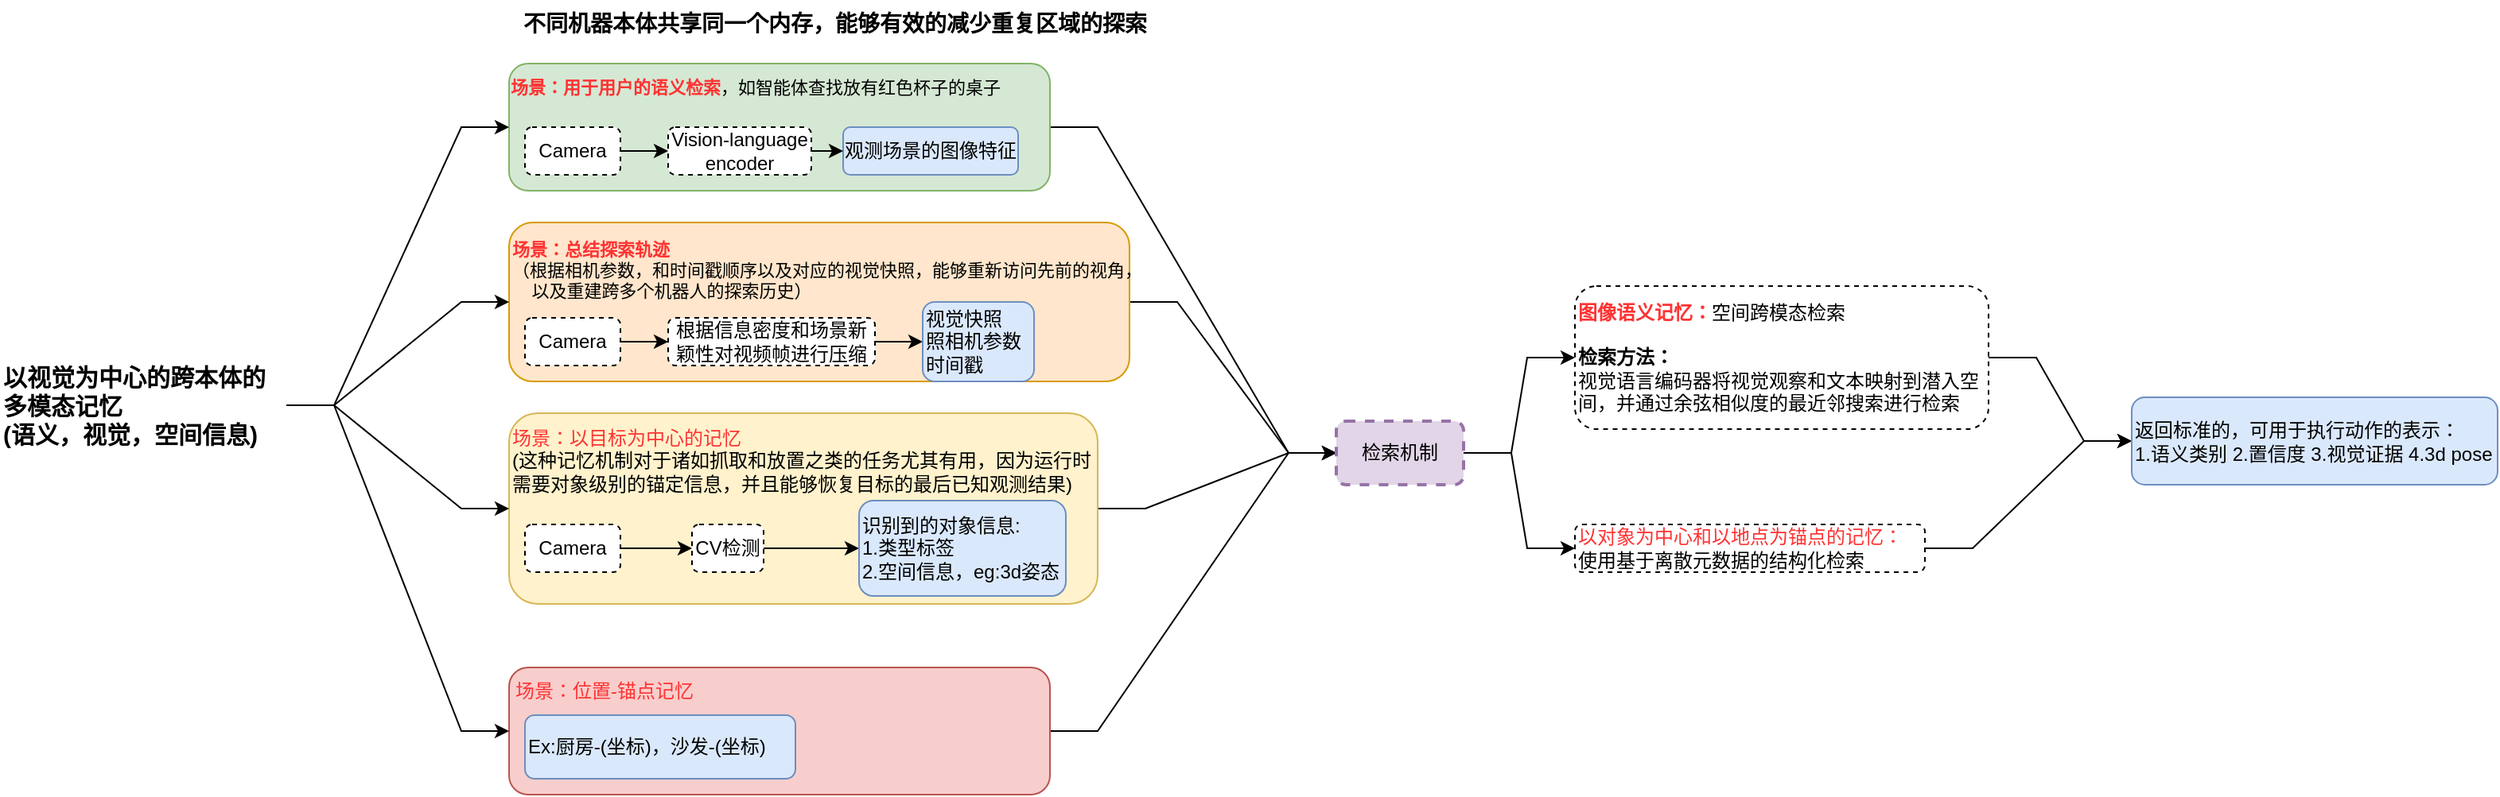
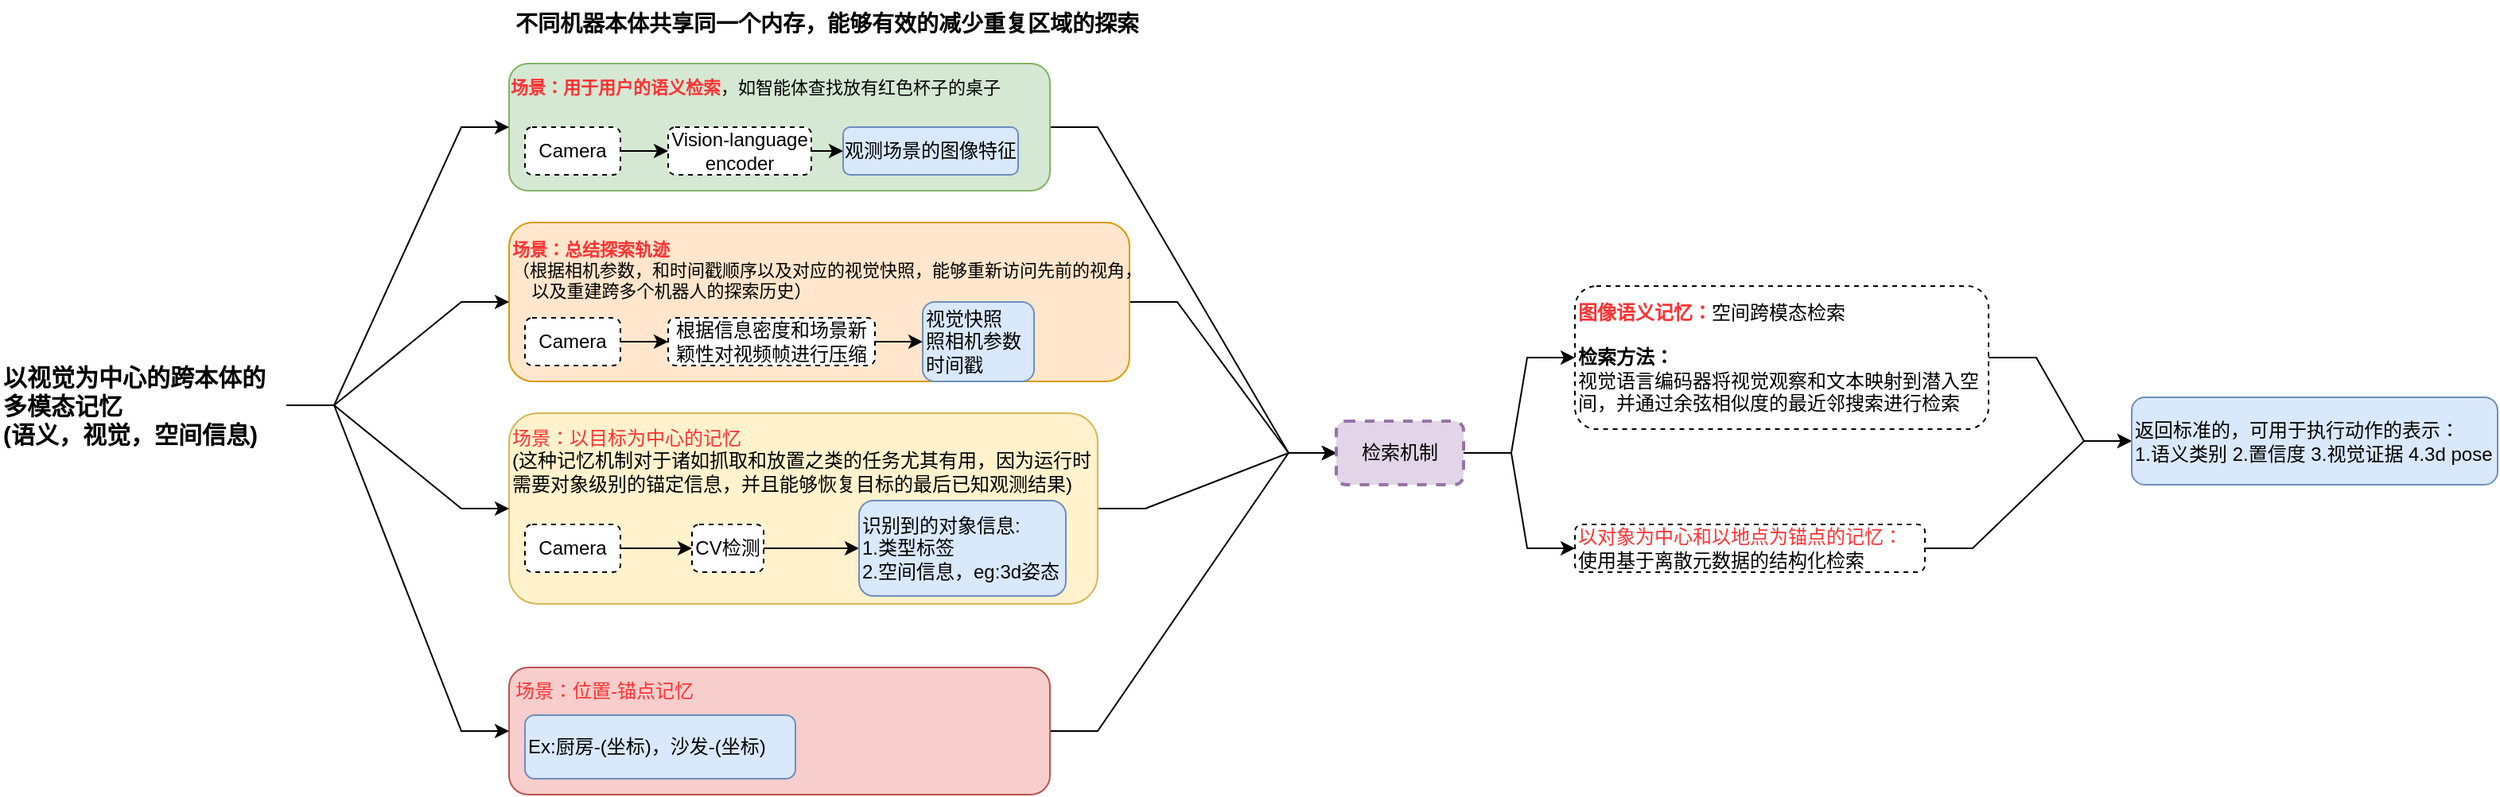
<mxfile host="app.diagrams.net">
  <diagram name="第 1 页" id="ri1UiOSOw__C7K71Jf-3">
    <mxGraphModel dx="4431" dy="613" grid="1" gridSize="10" guides="1" tooltips="1" connect="1" arrows="1" fold="1" page="1" pageScale="1" pageWidth="3300" pageHeight="2339" math="0" shadow="0">
      <root>
        <mxCell id="0" />
        <mxCell id="1" parent="0" />
        <mxCell id="8uAygAgR7DF40HWwl34I-37" edge="1" parent="1" source="8uAygAgR7DF40HWwl34I-28" style="edgeStyle=entityRelationEdgeStyle;rounded=0;orthogonalLoop=1;jettySize=auto;html=1;exitX=1;exitY=0.5;exitDx=0;exitDy=0;" target="8uAygAgR7DF40HWwl34I-33">
          <mxGeometry relative="1" as="geometry" />
        </mxCell>
        <mxCell id="8uAygAgR7DF40HWwl34I-28" parent="1" style="rounded=1;whiteSpace=wrap;html=1;fillColor=#f8cecc;strokeColor=#b85450;" value="" vertex="1">
          <mxGeometry height="80" width="340" x="200" y="440" as="geometry" />
        </mxCell>
        <mxCell id="8uAygAgR7DF40HWwl34I-36" edge="1" parent="1" source="8uAygAgR7DF40HWwl34I-24" style="edgeStyle=entityRelationEdgeStyle;rounded=0;orthogonalLoop=1;jettySize=auto;html=1;exitX=1;exitY=0.5;exitDx=0;exitDy=0;entryX=0;entryY=0.5;entryDx=0;entryDy=0;" target="8uAygAgR7DF40HWwl34I-33">
          <mxGeometry relative="1" as="geometry">
            <mxPoint x="740" y="290" as="targetPoint" />
          </mxGeometry>
        </mxCell>
        <mxCell id="8uAygAgR7DF40HWwl34I-24" parent="1" style="rounded=1;whiteSpace=wrap;html=1;fillColor=#fff2cc;strokeColor=#d6b656;" value="" vertex="1">
          <mxGeometry height="120" width="370" x="200" y="280" as="geometry" />
        </mxCell>
        <mxCell id="8uAygAgR7DF40HWwl34I-35" edge="1" parent="1" source="8uAygAgR7DF40HWwl34I-17" style="edgeStyle=entityRelationEdgeStyle;rounded=0;orthogonalLoop=1;jettySize=auto;html=1;exitX=1;exitY=0.5;exitDx=0;exitDy=0;entryX=0;entryY=0.5;entryDx=0;entryDy=0;" target="8uAygAgR7DF40HWwl34I-33">
          <mxGeometry relative="1" as="geometry" />
        </mxCell>
        <mxCell id="8uAygAgR7DF40HWwl34I-17" parent="1" style="rounded=1;whiteSpace=wrap;html=1;fillColor=#ffe6cc;strokeColor=#d79b00;" value="" vertex="1">
          <mxGeometry height="100" width="390" x="200" y="160" as="geometry" />
        </mxCell>
        <mxCell id="8uAygAgR7DF40HWwl34I-34" edge="1" parent="1" source="8uAygAgR7DF40HWwl34I-16" style="edgeStyle=entityRelationEdgeStyle;rounded=0;orthogonalLoop=1;jettySize=auto;html=1;exitX=1;exitY=0.5;exitDx=0;exitDy=0;entryX=0;entryY=0.5;entryDx=0;entryDy=0;" target="8uAygAgR7DF40HWwl34I-33">
          <mxGeometry relative="1" as="geometry" />
        </mxCell>
        <mxCell id="8uAygAgR7DF40HWwl34I-16" parent="1" style="rounded=1;whiteSpace=wrap;html=1;fillColor=#d5e8d4;strokeColor=#82b366;" value="" vertex="1">
          <mxGeometry height="80" width="340" x="200" y="60" as="geometry" />
        </mxCell>
        <mxCell id="8uAygAgR7DF40HWwl34I-29" edge="1" parent="1" source="8uAygAgR7DF40HWwl34I-1" style="edgeStyle=entityRelationEdgeStyle;rounded=0;orthogonalLoop=1;jettySize=auto;html=1;exitX=1;exitY=0.5;exitDx=0;exitDy=0;entryX=0;entryY=0.5;entryDx=0;entryDy=0;" target="8uAygAgR7DF40HWwl34I-16">
          <mxGeometry relative="1" as="geometry" />
        </mxCell>
        <mxCell id="8uAygAgR7DF40HWwl34I-30" edge="1" parent="1" source="8uAygAgR7DF40HWwl34I-1" style="edgeStyle=entityRelationEdgeStyle;rounded=0;orthogonalLoop=1;jettySize=auto;html=1;exitX=1;exitY=0.5;exitDx=0;exitDy=0;entryX=0;entryY=0.5;entryDx=0;entryDy=0;" target="8uAygAgR7DF40HWwl34I-28">
          <mxGeometry relative="1" as="geometry" />
        </mxCell>
        <mxCell id="8uAygAgR7DF40HWwl34I-31" edge="1" parent="1" source="8uAygAgR7DF40HWwl34I-1" style="edgeStyle=entityRelationEdgeStyle;rounded=0;orthogonalLoop=1;jettySize=auto;html=1;exitX=1;exitY=0.5;exitDx=0;exitDy=0;entryX=0;entryY=0.5;entryDx=0;entryDy=0;" target="8uAygAgR7DF40HWwl34I-17">
          <mxGeometry relative="1" as="geometry" />
        </mxCell>
        <mxCell id="8uAygAgR7DF40HWwl34I-32" edge="1" parent="1" source="8uAygAgR7DF40HWwl34I-1" style="edgeStyle=entityRelationEdgeStyle;rounded=0;orthogonalLoop=1;jettySize=auto;html=1;exitX=1;exitY=0.5;exitDx=0;exitDy=0;entryX=0;entryY=0.5;entryDx=0;entryDy=0;" target="8uAygAgR7DF40HWwl34I-24">
          <mxGeometry relative="1" as="geometry" />
        </mxCell>
        <mxCell id="8uAygAgR7DF40HWwl34I-1" parent="1" style="text;html=1;whiteSpace=wrap;strokeColor=none;fillColor=none;align=left;verticalAlign=middle;rounded=0;fontStyle=1;fontSize=15;" value="以视觉为中心的跨本体的多模态记忆&lt;br&gt;(语义，视觉，空间信息)" vertex="1">
          <mxGeometry height="30" width="180" x="-120" y="260" as="geometry" />
        </mxCell>
        <mxCell id="8uAygAgR7DF40HWwl34I-2" parent="1" style="rounded=1;whiteSpace=wrap;html=1;fillColor=#dae8fc;strokeColor=#6c8ebf;" value="观测场景的图像特征" vertex="1">
          <mxGeometry height="30" width="110" x="410" y="100" as="geometry" />
        </mxCell>
        <mxCell id="8uAygAgR7DF40HWwl34I-5" edge="1" parent="1" source="8uAygAgR7DF40HWwl34I-3" style="edgeStyle=orthogonalEdgeStyle;rounded=0;orthogonalLoop=1;jettySize=auto;html=1;exitX=1;exitY=0.5;exitDx=0;exitDy=0;entryX=0;entryY=0.5;entryDx=0;entryDy=0;" target="8uAygAgR7DF40HWwl34I-2">
          <mxGeometry relative="1" as="geometry" />
        </mxCell>
        <mxCell id="8uAygAgR7DF40HWwl34I-3" parent="1" style="rounded=1;whiteSpace=wrap;html=1;dashed=1;" value="Vision-language encoder" vertex="1">
          <mxGeometry height="30" width="90" x="300" y="100" as="geometry" />
        </mxCell>
        <mxCell id="8uAygAgR7DF40HWwl34I-6" edge="1" parent="1" source="8uAygAgR7DF40HWwl34I-4" style="edgeStyle=orthogonalEdgeStyle;rounded=0;orthogonalLoop=1;jettySize=auto;html=1;exitX=1;exitY=0.5;exitDx=0;exitDy=0;entryX=0;entryY=0.5;entryDx=0;entryDy=0;" target="8uAygAgR7DF40HWwl34I-3">
          <mxGeometry relative="1" as="geometry" />
        </mxCell>
        <mxCell id="8uAygAgR7DF40HWwl34I-4" parent="1" style="rounded=1;whiteSpace=wrap;html=1;dashed=1;" value="Camera" vertex="1">
          <mxGeometry height="30" width="60" x="210" y="100" as="geometry" />
        </mxCell>
        <mxCell id="8uAygAgR7DF40HWwl34I-7" parent="1" style="text;html=1;whiteSpace=wrap;strokeColor=none;fillColor=none;align=center;verticalAlign=middle;rounded=0;fontSize=11;" value="&lt;b&gt;&lt;font style=&quot;color: rgb(255, 51, 51);&quot;&gt;场景：用于用户的语义检索&lt;/font&gt;&lt;/b&gt;，如智能体查找放有红色杯子的桌子" vertex="1">
          <mxGeometry height="30" width="310" x="200" y="60" as="geometry" />
        </mxCell>
        <mxCell id="8uAygAgR7DF40HWwl34I-10" edge="1" parent="1" source="8uAygAgR7DF40HWwl34I-8" style="edgeStyle=orthogonalEdgeStyle;rounded=0;orthogonalLoop=1;jettySize=auto;html=1;" target="8uAygAgR7DF40HWwl34I-9" value="">
          <mxGeometry relative="1" as="geometry" />
        </mxCell>
        <mxCell id="8uAygAgR7DF40HWwl34I-8" parent="1" style="rounded=1;whiteSpace=wrap;html=1;dashed=1;" value="Camera" vertex="1">
          <mxGeometry height="30" width="60" x="210" y="220" as="geometry" />
        </mxCell>
        <mxCell id="8uAygAgR7DF40HWwl34I-14" edge="1" parent="1" source="8uAygAgR7DF40HWwl34I-9" style="edgeStyle=orthogonalEdgeStyle;rounded=0;orthogonalLoop=1;jettySize=auto;html=1;exitX=1;exitY=0.5;exitDx=0;exitDy=0;entryX=0;entryY=0.5;entryDx=0;entryDy=0;" target="8uAygAgR7DF40HWwl34I-13">
          <mxGeometry relative="1" as="geometry" />
        </mxCell>
        <mxCell id="8uAygAgR7DF40HWwl34I-9" parent="1" style="rounded=1;whiteSpace=wrap;html=1;dashed=1;" value="根据信息密度和场景新颖性对视频帧进行压缩" vertex="1">
          <mxGeometry height="30" width="130" x="300" y="220" as="geometry" />
        </mxCell>
        <mxCell id="8uAygAgR7DF40HWwl34I-11" parent="1" style="text;html=1;whiteSpace=wrap;strokeColor=none;fillColor=none;align=left;verticalAlign=middle;rounded=0;fontSize=11;" value="&lt;b&gt;&lt;font style=&quot;color: rgb(255, 51, 51);&quot;&gt;场景：总结探索轨迹&lt;/font&gt;&lt;/b&gt;&lt;br&gt;（根据相机参数，和时间戳顺序以及对应的视觉快照，能够重新访问先前的视角，&lt;br&gt;&amp;nbsp; &amp;nbsp; 以及重建跨多个机器人的探索历史）" vertex="1">
          <mxGeometry height="40" width="420" x="200" y="170" as="geometry" />
        </mxCell>
        <mxCell id="8uAygAgR7DF40HWwl34I-13" parent="1" style="rounded=1;whiteSpace=wrap;html=1;fillColor=#dae8fc;strokeColor=#6c8ebf;align=left;" value="视觉快照&lt;br&gt;&lt;span style=&quot;&quot;&gt;照相机参数&lt;/span&gt;&lt;div style=&quot;&quot;&gt;时间戳&lt;/div&gt;" vertex="1">
          <mxGeometry height="50" width="70" x="460" y="210" as="geometry" />
        </mxCell>
        <mxCell id="8uAygAgR7DF40HWwl34I-25" edge="1" parent="1" source="8uAygAgR7DF40HWwl34I-19" style="edgeStyle=orthogonalEdgeStyle;rounded=0;orthogonalLoop=1;jettySize=auto;html=1;exitX=1;exitY=0.5;exitDx=0;exitDy=0;entryX=0;entryY=0.5;entryDx=0;entryDy=0;" target="8uAygAgR7DF40HWwl34I-20">
          <mxGeometry relative="1" as="geometry" />
        </mxCell>
        <mxCell id="8uAygAgR7DF40HWwl34I-19" parent="1" style="rounded=1;whiteSpace=wrap;html=1;dashed=1;" value="Camera" vertex="1">
          <mxGeometry height="30" width="60" x="210" y="350" as="geometry" />
        </mxCell>
        <mxCell id="8uAygAgR7DF40HWwl34I-22" edge="1" parent="1" source="8uAygAgR7DF40HWwl34I-20" style="edgeStyle=orthogonalEdgeStyle;rounded=0;orthogonalLoop=1;jettySize=auto;html=1;" target="8uAygAgR7DF40HWwl34I-21" value="">
          <mxGeometry relative="1" as="geometry" />
        </mxCell>
        <mxCell id="8uAygAgR7DF40HWwl34I-20" parent="1" style="rounded=1;whiteSpace=wrap;html=1;dashed=1;" value="CV检测" vertex="1">
          <mxGeometry height="30" width="45" x="315" y="350" as="geometry" />
        </mxCell>
        <mxCell id="8uAygAgR7DF40HWwl34I-21" parent="1" style="rounded=1;whiteSpace=wrap;html=1;align=left;fillColor=#dae8fc;strokeColor=#6c8ebf;" value="识别到的对象信息:&lt;div&gt;1.类型标签&lt;br&gt;2.空间信息，eg:3d姿态&lt;/div&gt;" vertex="1">
          <mxGeometry height="60" width="130" x="420" y="335" as="geometry" />
        </mxCell>
        <mxCell id="8uAygAgR7DF40HWwl34I-23" parent="1" style="text;html=1;whiteSpace=wrap;strokeColor=none;fillColor=none;align=left;verticalAlign=middle;rounded=0;" value="&lt;font style=&quot;color: rgb(255, 51, 51);&quot;&gt;场景：以目标为中心的记忆&lt;/font&gt;&lt;br&gt;(这种记忆机制对于诸如抓取和放置之类的任务尤其有用，因为运行时需要对象级别的锚定信息，并且能够恢复目标的最后已知观测结果)" vertex="1">
          <mxGeometry height="50" width="370" x="200" y="285" as="geometry" />
        </mxCell>
        <mxCell id="8uAygAgR7DF40HWwl34I-26" parent="1" style="rounded=1;whiteSpace=wrap;html=1;align=left;fillColor=#dae8fc;strokeColor=#6c8ebf;" value="Ex:厨房-(坐标)，沙发-(坐标)" vertex="1">
          <mxGeometry height="40" width="170" x="210" y="470" as="geometry" />
        </mxCell>
        <mxCell id="8uAygAgR7DF40HWwl34I-27" parent="1" style="text;html=1;whiteSpace=wrap;strokeColor=none;fillColor=none;align=center;verticalAlign=middle;rounded=0;fontColor=#FF3333;" value="场景：&lt;span style=&quot;text-align: left;&quot;&gt;位置-锚点记忆&lt;/span&gt;" vertex="1">
          <mxGeometry height="30" width="120" x="200" y="440" as="geometry" />
        </mxCell>
        <mxCell id="8uAygAgR7DF40HWwl34I-42" edge="1" parent="1" source="8uAygAgR7DF40HWwl34I-33" style="edgeStyle=entityRelationEdgeStyle;rounded=0;orthogonalLoop=1;jettySize=auto;html=1;exitX=1;exitY=0.5;exitDx=0;exitDy=0;" target="8uAygAgR7DF40HWwl34I-40">
          <mxGeometry relative="1" as="geometry" />
        </mxCell>
        <mxCell id="8uAygAgR7DF40HWwl34I-43" edge="1" parent="1" source="8uAygAgR7DF40HWwl34I-33" style="edgeStyle=entityRelationEdgeStyle;rounded=0;orthogonalLoop=1;jettySize=auto;html=1;exitX=1;exitY=0.5;exitDx=0;exitDy=0;entryX=0;entryY=0.5;entryDx=0;entryDy=0;" target="8uAygAgR7DF40HWwl34I-41">
          <mxGeometry relative="1" as="geometry" />
        </mxCell>
        <mxCell id="8uAygAgR7DF40HWwl34I-33" parent="1" style="rounded=1;whiteSpace=wrap;html=1;fillColor=#e1d5e7;strokeColor=#9673a6;dashed=1;strokeWidth=2;" value="检索机制" vertex="1">
          <mxGeometry height="40" width="80" x="720" y="285" as="geometry" />
        </mxCell>
        <mxCell id="8uAygAgR7DF40HWwl34I-45" edge="1" parent="1" source="8uAygAgR7DF40HWwl34I-40" style="edgeStyle=entityRelationEdgeStyle;rounded=0;orthogonalLoop=1;jettySize=auto;html=1;exitX=1;exitY=0.5;exitDx=0;exitDy=0;entryX=0;entryY=0.5;entryDx=0;entryDy=0;" target="8uAygAgR7DF40HWwl34I-44">
          <mxGeometry relative="1" as="geometry" />
        </mxCell>
        <mxCell id="8uAygAgR7DF40HWwl34I-40" parent="1" style="text;html=1;whiteSpace=wrap;strokeColor=default;fillColor=none;align=left;verticalAlign=middle;rounded=1;dashed=1;" value="&lt;b&gt;&lt;font style=&quot;color: rgb(255, 51, 51);&quot;&gt;图像语义记忆：&lt;/font&gt;&lt;/b&gt;空间跨模态检索&lt;br&gt;&lt;br&gt;&lt;b&gt;&lt;font style=&quot;color: rgb(0, 0, 0);&quot;&gt;检索方法：&lt;/font&gt;&lt;/b&gt;&lt;br&gt;视觉语言编码器将视觉观察和文本映射到潜入空间，并通过余弦相似度的最近邻搜索进行检索" vertex="1">
          <mxGeometry height="90" width="260" x="870" y="200" as="geometry" />
        </mxCell>
        <mxCell id="8uAygAgR7DF40HWwl34I-46" edge="1" parent="1" source="8uAygAgR7DF40HWwl34I-41" style="edgeStyle=entityRelationEdgeStyle;rounded=0;orthogonalLoop=1;jettySize=auto;html=1;exitX=1;exitY=0.5;exitDx=0;exitDy=0;entryX=0;entryY=0.5;entryDx=0;entryDy=0;" target="8uAygAgR7DF40HWwl34I-44">
          <mxGeometry relative="1" as="geometry" />
        </mxCell>
        <mxCell id="8uAygAgR7DF40HWwl34I-41" parent="1" style="text;html=1;whiteSpace=wrap;strokeColor=default;fillColor=none;align=left;verticalAlign=middle;rounded=1;dashed=1;" value="&lt;font style=&quot;color: rgb(255, 51, 51);&quot;&gt;以对象为中心和以地点为锚点的记忆：&lt;/font&gt;&lt;br&gt;使用基于离散元数据的结构化检索" vertex="1">
          <mxGeometry height="30" width="220" x="870" y="350" as="geometry" />
        </mxCell>
        <mxCell id="8uAygAgR7DF40HWwl34I-44" parent="1" style="rounded=1;whiteSpace=wrap;html=1;align=left;fillColor=#dae8fc;strokeColor=#6c8ebf;" value="返回标准的，可用于执行动作的表示：&lt;br&gt;1.语义类别 2.置信度 3.视觉证据 4.3d pose" vertex="1">
          <mxGeometry height="55" width="230" x="1220" y="270" as="geometry" />
        </mxCell>
        <mxCell id="8uAygAgR7DF40HWwl34I-47" parent="1" style="text;html=1;whiteSpace=wrap;strokeColor=none;fillColor=none;align=center;verticalAlign=middle;rounded=0;fontStyle=1;fontSize=14;" value="不同机器本体共享同一个内存，能够有效的减少重复区域的探索" vertex="1">
-           <mxGeometry height="30" width="450" x="180" y="20" as="geometry" />
+           <mxGeometry height="30" width="400" x="200" y="20" as="geometry" />
        </mxCell>
      </root>
    </mxGraphModel>
  </diagram>
</mxfile>
